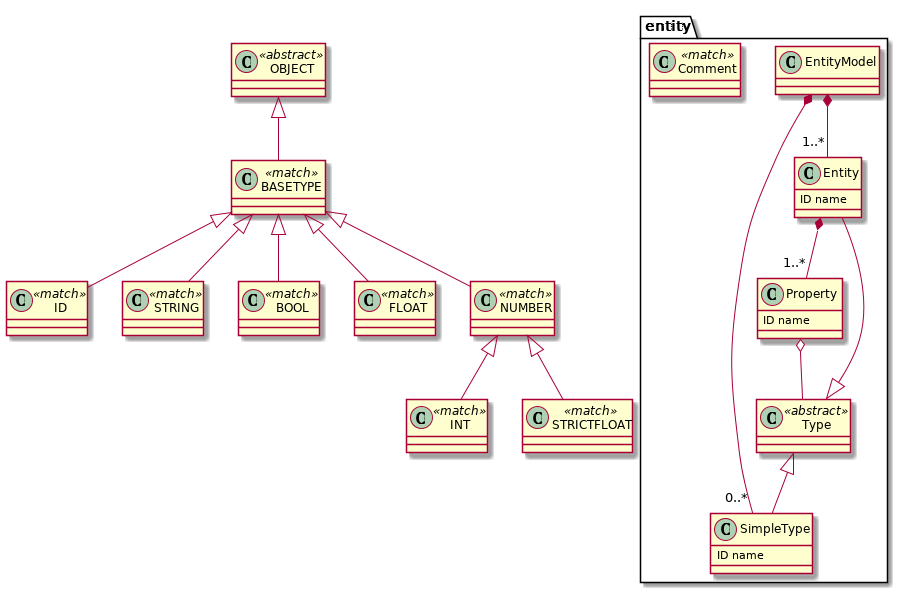
This is examples/render_all_grammars/pu/examples_Entity_entity.png from textX/textX, a PlantUML export, as it was before one commit.
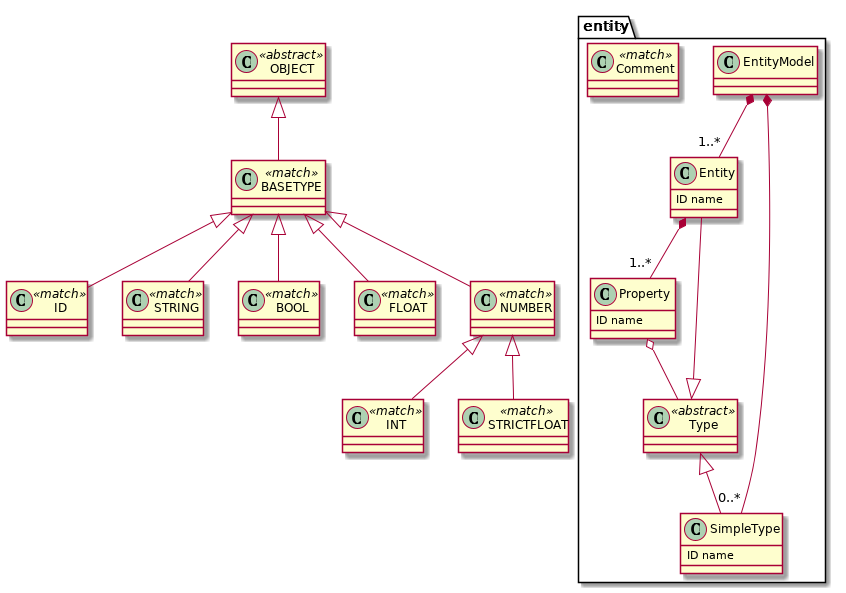
The same diagram one commit later.

Diff of the diagram source:
```diff
@@ -1,31 +1,27 @@
 @startuml
-            set namespaceSeparator .
-        entity.EntityModel *-- "0..*" entity.SimpleType
-entity.EntityModel *-- "1..*" entity.Entity
+set namespaceSeparator .
+
+
 class entity.EntityModel  {
 }
 
 
-entity.Entity *-- "1..*" entity.Property
 class entity.Entity  {
-ID name
+  ID name
 }
 
 
-entity.Property o-- entity.Type
 class entity.Property  {
-ID name
+  ID name
 }
 
 
 class entity.Type <<abstract>> {
 }
 
-entity.Type <|-- entity.SimpleType
-entity.Type <|-- entity.Entity
 
 class entity.SimpleType  {
-ID name
+  ID name
 }
 
 
@@ -60,21 +56,27 @@
 class NUMBER <<match>> {
 }
 
-NUMBER <|-- STRICTFLOAT
-NUMBER <|-- INT
 
 class BASETYPE <<match>> {
 }
 
+
+class OBJECT <<abstract>> {
+}
+
+
+entity.EntityModel *-- "0..*" entity.SimpleType
+entity.EntityModel *-- "1..*" entity.Entity
+entity.Entity *-- "1..*" entity.Property
+entity.Property o-- entity.Type
+entity.Type <|-- entity.SimpleType
+entity.Type <|-- entity.Entity
+NUMBER <|-- STRICTFLOAT
+NUMBER <|-- INT
 BASETYPE <|-- NUMBER
 BASETYPE <|-- FLOAT
 BASETYPE <|-- BOOL
 BASETYPE <|-- ID
 BASETYPE <|-- STRING
-
-class OBJECT <<abstract>> {
-}
-
 OBJECT <|-- BASETYPE
-
 @enduml
```
